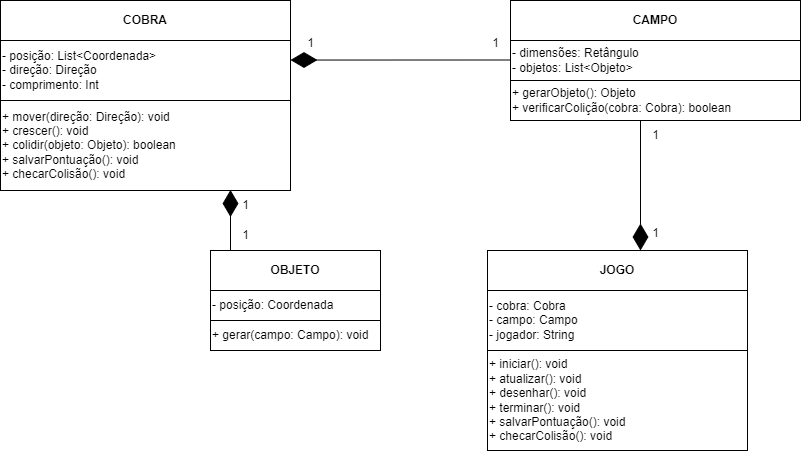
Before: Mini Projeto 3/Diagrama de Classes.png, a diagram exported from draw.io (Beatriz-ge/OO). Source tidied: cells renumbered, new cells last; positions are measured from the earlier drawing's top-left corner, leaving out a move shared by most shapes.
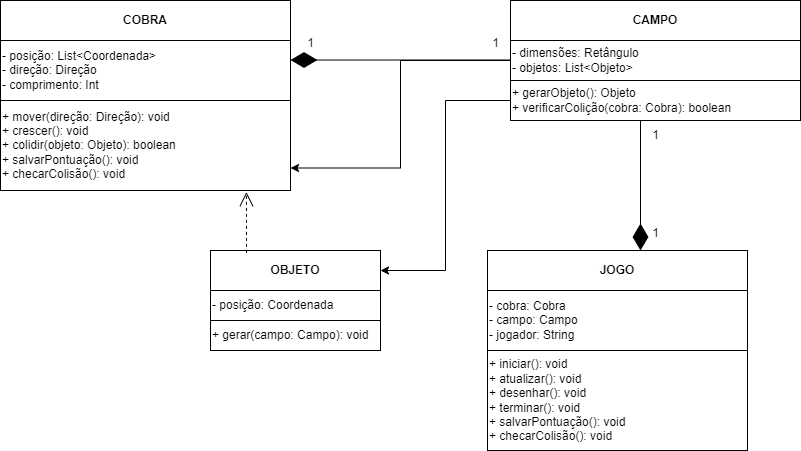
After the change.

Change to the diagram source:
```diff
@@ -14,9 +14,15 @@
     <mxCell id="5" value="&lt;b&gt;CAMPO&lt;/b&gt;" style="rounded=0;whiteSpace=wrap;html=1;" parent="1" vertex="1">
       <mxGeometry x="510" width="290" height="40" as="geometry" />
     </mxCell>
+    <mxCell id="23" style="edgeStyle=orthogonalEdgeStyle;rounded=0;jettySize=auto;html=1;entryX=1;entryY=0.75;entryDx=0;entryDy=0;" parent="1" edge="1" source="6" target="4">
+      <mxGeometry relative="1" as="geometry" />
+    </mxCell>
     <mxCell id="6" value="- dimensões: Retângulo&lt;br&gt;-&amp;nbsp;objetos: List&amp;lt;Objeto&amp;gt; " style="rounded=0;whiteSpace=wrap;html=1;align=left;" parent="1" vertex="1">
       <mxGeometry x="510" y="40" width="290" height="40" as="geometry" />
     </mxCell>
+    <mxCell id="24" style="edgeStyle=orthogonalEdgeStyle;rounded=0;jettySize=auto;html=1;entryX=1;entryY=0.5;entryDx=0;entryDy=0;" parent="1" edge="1" source="7" target="8">
+      <mxGeometry relative="1" as="geometry" />
+    </mxCell>
     <mxCell id="7" value="+ gerarObjeto(): Objeto&lt;br&gt;+ verificarColição(cobra: Cobra): boolean" style="rounded=0;whiteSpace=wrap;html=1;align=left;" parent="1" vertex="1">
       <mxGeometry x="510" y="80" width="290" height="40" as="geometry" />
     </mxCell>
@@ -44,24 +50,12 @@
         <mxPoint x="290" y="59.5" as="targetPoint" />
       </mxGeometry>
     </mxCell>
-    <mxCell id="15" style="endArrow=diamondThin;endFill=1;endSize=24;html=1;rounded=0;" parent="1" edge="1">
-      <mxGeometry relative="1" as="geometry">
-        <mxPoint x="230" y="250" as="sourcePoint" />
-        <mxPoint x="230" y="189.5" as="targetPoint" />
-      </mxGeometry>
-    </mxCell>
     <mxCell id="16" value="1" style="text;html=1;align=center;verticalAlign=middle;strokeColor=none;fillColor=none;" parent="1" vertex="1">
       <mxGeometry x="295" y="28" width="30" height="30" as="geometry" />
     </mxCell>
     <mxCell id="17" value="1" style="text;html=1;align=center;verticalAlign=middle;strokeColor=none;fillColor=none;" parent="1" vertex="1">
       <mxGeometry x="480" y="28" width="30" height="30" as="geometry" />
     </mxCell>
-    <mxCell id="18" value="1" style="text;html=1;align=center;verticalAlign=middle;strokeColor=none;fillColor=none;" parent="1" vertex="1">
-      <mxGeometry x="230" y="220" width="30" height="30" as="geometry" />
-    </mxCell>
-    <mxCell id="19" value="1" style="text;html=1;align=center;verticalAlign=middle;strokeColor=none;fillColor=none;" parent="1" vertex="1">
-      <mxGeometry x="230" y="190" width="30" height="30" as="geometry" />
-    </mxCell>
     <mxCell id="20" style="endArrow=diamondThin;endFill=1;endSize=24;html=1;rounded=0;entryX=0.19;entryY=-0.02;entryDx=0;entryDy=0;entryPerimeter=0;" parent="1" edge="1">
       <mxGeometry relative="1" as="geometry">
         <mxPoint x="640" y="120" as="sourcePoint" />
@@ -74,5 +68,8 @@
     <mxCell id="22" value="1" style="text;html=1;align=center;verticalAlign=middle;strokeColor=none;fillColor=none;" parent="1" vertex="1">
       <mxGeometry x="640" y="120" width="30" height="30" as="geometry" />
     </mxCell>
+    <mxCell id="25" style="endArrow=open;endSize=12;dashed=1;html=1;rounded=0;exitX=0.212;exitY=0.06;exitDx=0;exitDy=0;exitPerimeter=0;entryX=0.848;entryY=1.018;entryDx=0;entryDy=0;entryPerimeter=0;" parent="1" edge="1" source="8" target="4">
+      <mxGeometry relative="1" as="geometry" />
+    </mxCell>
   </root>
 </mxGraphModel>
```
